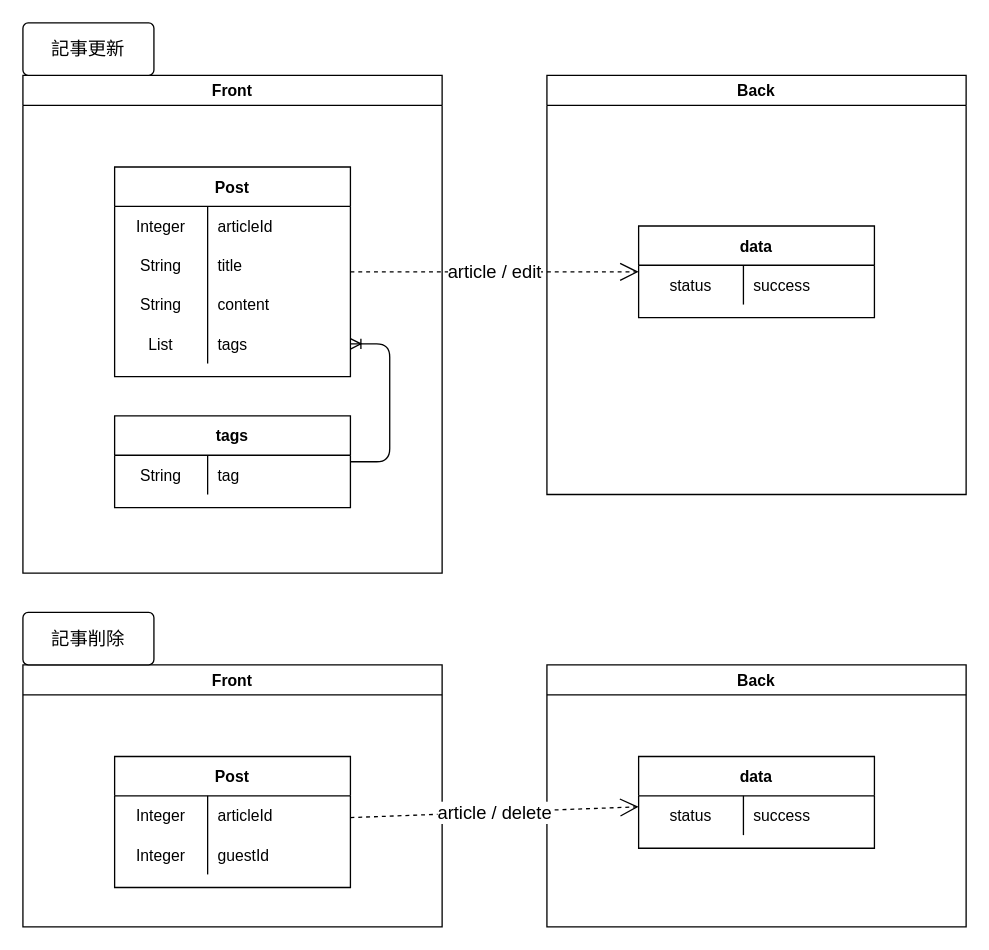
This is page "[更新]記事" (16 of 17) of Designs/基本設計.drawio from yusuke-rakus/Qiish, a draw.io file, before an edit. Source tidied: cells renumbered, new cells numbered last; positions are measured from the earlier drawing's top-left corner, leaving out a move shared by most shapes. Both pictures are drawn from the tidied source at 131%, with x=0, y=0 at pixel (22, 22).
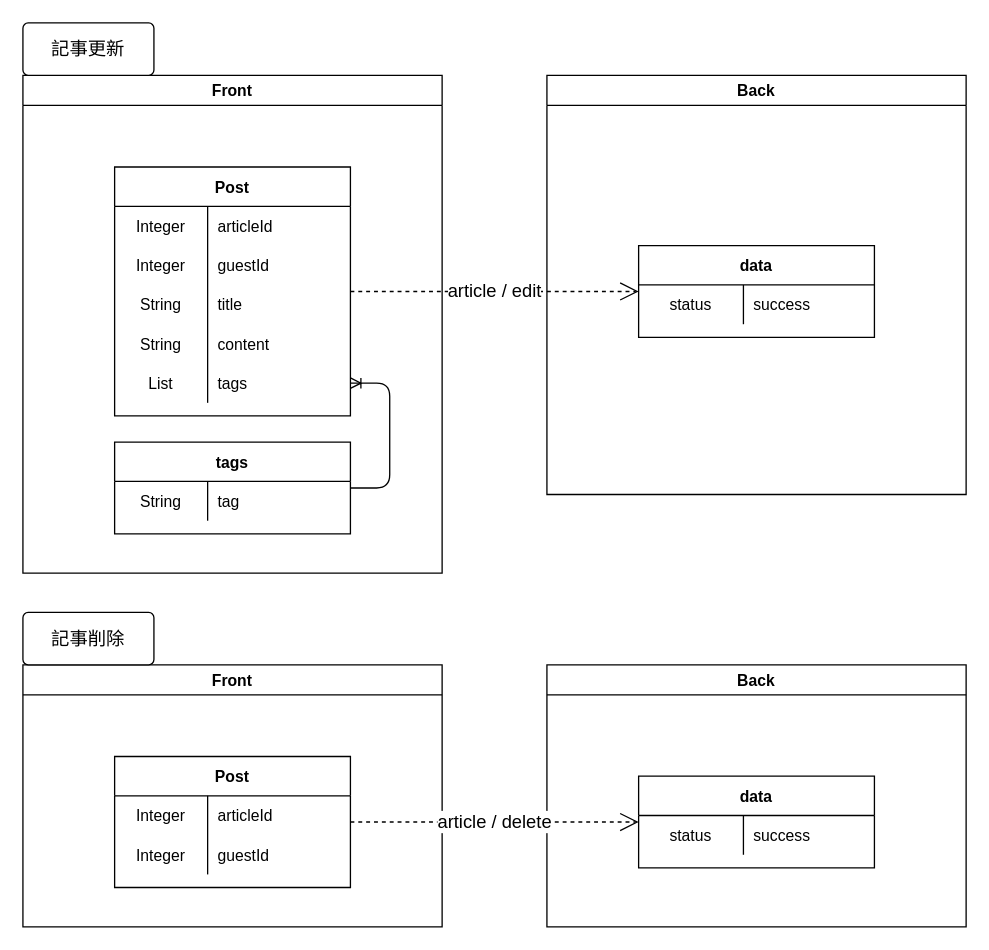
Above is the later version.

Commit message:
基本設計の修正

Unchanged cells that the change refers to:
```xml
<mxCell id="2" value="Front" style="swimlane;" parent="1" vertex="1">
  <mxGeometry y="40" width="320" height="380" as="geometry" />
</mxCell>
<mxCell id="21" value="Back" style="swimlane;" parent="1" vertex="1">
  <mxGeometry x="400" y="40" width="320" height="320" as="geometry" />
</mxCell>
<mxCell id="35" value="Back" style="swimlane;" parent="1" vertex="1">
  <mxGeometry x="400" y="490" width="320" height="200" as="geometry" />
</mxCell>
```

Diff of the diagram source:
```diff
@@
     <mxCell id="3" value="Post" style="shape=table;startSize=30;childLayout=tableLayout;rowLines=0;fontStyle=1;align=center;" parent="2" vertex="1">
-      <mxGeometry x="70" y="70" width="180" height="160" as="geometry" />
+      <mxGeometry x="70" y="70" width="180" height="190" as="geometry" />
     </mxCell>
@@
+    <mxCell id="43" style="shape=partialRectangle;fillColor=none;top=0;left=0;bottom=0;right=0;" parent="3" vertex="1">
+      <mxGeometry y="60" width="180" height="30" as="geometry" />
+    </mxCell>
+    <mxCell id="44" value="Integer" style="shape=partialRectangle;fillColor=none;top=0;left=0;bottom=0;right=0;overflow=hidden;" parent="43" vertex="1">
+      <mxGeometry width="71" height="30" as="geometry" />
+    </mxCell>
+    <mxCell id="45" value="guestId" style="shape=partialRectangle;fillColor=none;top=0;left=0;bottom=0;right=0;align=left;spacingLeft=6;overflow=hidden;" parent="43" vertex="1">
+      <mxGeometry x="71" width="109" height="30" as="geometry" />
+    </mxCell>
     <mxCell id="7" style="shape=partialRectangle;fillColor=none;top=0;left=0;bottom=0;right=0;" parent="3" vertex="1">
-      <mxGeometry y="60" width="180" height="30" as="geometry" />
+      <mxGeometry y="90" width="180" height="30" as="geometry" />
     </mxCell>
@@
     <mxCell id="10" style="shape=partialRectangle;fillColor=none;top=0;left=0;bottom=0;right=0;" parent="3" vertex="1">
-      <mxGeometry y="90" width="180" height="30" as="geometry" />
+      <mxGeometry y="120" width="180" height="30" as="geometry" />
     </mxCell>
@@
     <mxCell id="13" style="shape=partialRectangle;fillColor=none;top=0;left=0;bottom=0;right=0;points=[[0,0.5],[1,0.5]];portConstraint=eastwest;" parent="3" vertex="1">
-      <mxGeometry y="120" width="180" height="30" as="geometry" />
+      <mxGeometry y="150" width="180" height="30" as="geometry" />
     </mxCell>
@@
     <mxCell id="16" value="tags" style="shape=table;startSize=30;childLayout=tableLayout;rowLines=0;fontStyle=1;align=center;" parent="2" vertex="1">
-      <mxGeometry x="70" y="260" width="180" height="70" as="geometry" />
+      <mxGeometry x="70" y="280" width="180" height="70" as="geometry" />
     </mxCell>
@@
     <mxCell id="22" value="data" style="shape=table;startSize=30;childLayout=tableLayout;rowLines=0;fontStyle=1;align=center;" parent="21" vertex="1">
-      <mxGeometry x="70" y="115" width="180" height="70" as="geometry" />
+      <mxGeometry x="70" y="130" width="180" height="70" as="geometry" />
     </mxCell>
@@
     <mxCell id="36" value="data" style="shape=table;startSize=30;childLayout=tableLayout;rowLines=0;fontStyle=1;align=center;" parent="35" vertex="1">
-      <mxGeometry x="70" y="70" width="180" height="70" as="geometry" />
+      <mxGeometry x="70" y="85" width="180" height="70" as="geometry" />
     </mxCell>
```
